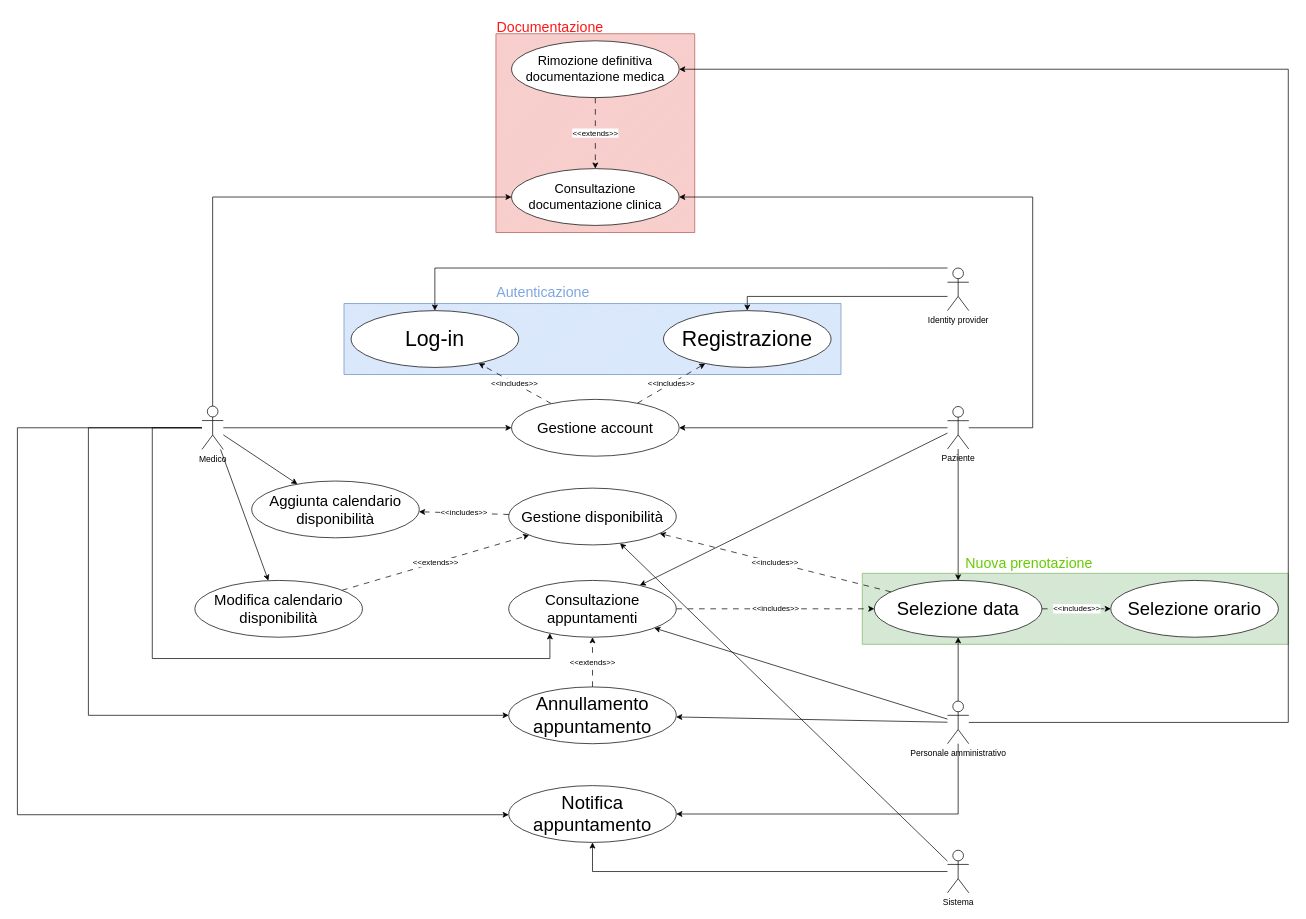
The draw.io diagram page "caseUse" (1 of 6) of DiagrammiMedSync.drawio in frncscrlnd/MedSync-Sistema-di-Gestione-Appuntamenti-e-Documentazione-Medica, before the edit. Source tidied: cells renumbered, new cells numbered last; positions are measured from the earlier drawing's top-left corner, leaving out a move shared by most shapes. Both pictures are drawn from the tidied source at 71%, with x=0, y=0 at pixel (17, 12).
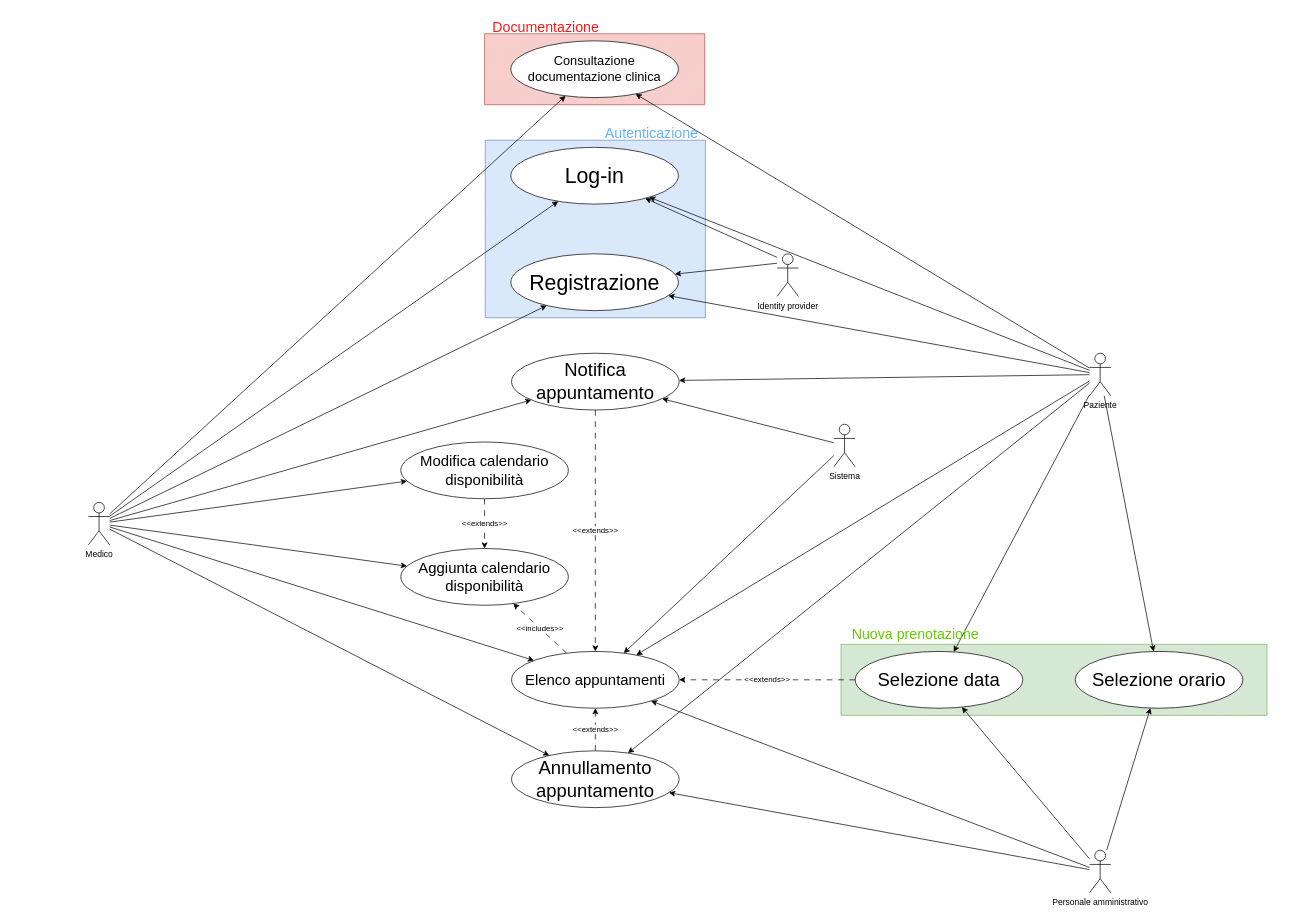
The same diagram, later.

Change to the diagram source:
```diff
@@
-    <mxCell id="2" style="verticalLabelPosition=bottom;verticalAlign=top;html=1;shape=mxgraph.basic.patternFillRect;fillStyle=diag;step=5;fillStrokeWidth=0.2;fillStrokeColor=#dddddd;fillColor=#f8cecc;strokeColor=#b85450;" parent="1" vertex="1">
-      <mxGeometry x="674" y="30" width="280" height="280" as="geometry" />
-    </mxCell>
-    <mxCell id="3" style="verticalLabelPosition=bottom;verticalAlign=top;html=1;shape=mxgraph.basic.patternFillRect;fillStyle=diag;step=5;fillStrokeWidth=0.2;fillStrokeColor=#dddddd;fillColor=#dae8fc;strokeColor=#6c8ebf;" parent="1" vertex="1">
-      <mxGeometry x="460" y="410" width="700" height="100" as="geometry" />
-    </mxCell>
-    <mxCell id="4" style="verticalLabelPosition=bottom;verticalAlign=top;html=1;shape=mxgraph.basic.patternFillRect;fillStyle=diag;step=5;fillStrokeWidth=0.2;fillStrokeColor=#dddddd;fillColor=#d5e8d4;strokeColor=#82b366;" parent="1" vertex="1">
-      <mxGeometry x="1190" y="790" width="600" height="100" as="geometry" />
-    </mxCell>
-    <mxCell id="5" style="rounded=0;jettySize=auto;html=1;" parent="1" edge="1" source="9" target="49">
-      <mxGeometry relative="1" as="geometry" />
-    </mxCell>
+    <mxCell id="55" style="verticalLabelPosition=bottom;verticalAlign=top;html=1;shape=mxgraph.basic.patternFillRect;fillStyle=diag;step=5;fillStrokeWidth=0.2;fillStrokeColor=#dddddd;fillColor=#dae8fc;strokeColor=#6c8ebf;direction=south;" parent="1" vertex="1">
+      <mxGeometry x="659" y="180" width="310" height="250" as="geometry" />
+    </mxCell>
+    <mxCell id="56" style="verticalLabelPosition=bottom;verticalAlign=top;html=1;shape=mxgraph.basic.patternFillRect;fillStyle=diag;step=5;fillStrokeWidth=0.2;fillStrokeColor=#dddddd;fillColor=#f8cecc;strokeColor=#b85450;" parent="1" vertex="1">
+      <mxGeometry x="658" y="30" width="310" height="100" as="geometry" />
+    </mxCell>
+    <mxCell id="57" style="verticalLabelPosition=bottom;verticalAlign=top;html=1;shape=mxgraph.basic.patternFillRect;fillStyle=diag;step=5;fillStrokeWidth=0.2;fillStrokeColor=#dddddd;fillColor=#d5e8d4;strokeColor=#82b366;" parent="1" vertex="1">
+      <mxGeometry x="1160" y="890" width="600" height="100" as="geometry" />
+    </mxCell>
+    <mxCell id="21" value="&lt;font style=&quot;font-size: 30px;&quot;&gt;Registrazione&lt;/font&gt;" style="ellipse;whiteSpace=wrap;html=1;" parent="1" vertex="1">
+      <mxGeometry x="695" y="340" width="236" height="80" as="geometry" />
+    </mxCell>
+    <mxCell id="22" value="&lt;font style=&quot;font-size: 30px;&quot;&gt;Log-in&lt;/font&gt;" style="ellipse;whiteSpace=wrap;html=1;" parent="1" vertex="1">
+      <mxGeometry x="695" y="190" width="236" height="80" as="geometry" />
+    </mxCell>
+    <mxCell id="58" value="&amp;lt;&amp;lt;extends&amp;gt;&amp;gt;" style="rounded=0;jettySize=auto;html=1;dashed=1;dashPattern=8 8;" parent="1" edge="1" source="34" target="63">
+      <mxGeometry relative="1" as="geometry" />
+    </mxCell>
+    <mxCell id="34" value="&lt;font style=&quot;font-size: 26px;&quot;&gt;Selezione data&lt;/font&gt;" style="ellipse;whiteSpace=wrap;html=1;" parent="1" vertex="1">
+      <mxGeometry x="1180" y="900" width="236" height="80" as="geometry" />
+    </mxCell>
+    <mxCell id="35" value="&lt;font style=&quot;font-size: 21px;&quot;&gt;Aggiunta calendario disponibilità&lt;/font&gt;" style="ellipse;whiteSpace=wrap;html=1;" parent="1" vertex="1">
+      <mxGeometry x="540" y="755" width="236" height="80" as="geometry" />
+    </mxCell>
+    <mxCell id="59" value="&amp;lt;&amp;lt;extends&amp;gt;&amp;gt;" style="edgeStyle=orthogonalEdgeStyle;rounded=0;jettySize=auto;html=1;dashed=1;dashPattern=8 8;" parent="1" edge="1" source="37" target="35">
+      <mxGeometry relative="1" as="geometry" />
+    </mxCell>
+    <mxCell id="37" value="&lt;font style=&quot;font-size: 21px;&quot;&gt;Modifica calendario disponibilità&lt;/font&gt;" style="ellipse;whiteSpace=wrap;html=1;" parent="1" vertex="1">
+      <mxGeometry x="540" y="605" width="236" height="80" as="geometry" />
+    </mxCell>
+    <mxCell id="60" value="&amp;lt;&amp;lt;extends&amp;gt;&amp;gt;" style="rounded=0;jettySize=auto;html=1;dashed=1;dashPattern=8 8;" parent="1" edge="1" source="39" target="63">
+      <mxGeometry relative="1" as="geometry" />
+    </mxCell>
+    <mxCell id="39" value="&lt;font style=&quot;font-size: 26px;&quot;&gt;Annullamento appuntamento&lt;/font&gt;" style="ellipse;whiteSpace=wrap;html=1;" parent="1" vertex="1">
+      <mxGeometry x="696" y="1040" width="236" height="80" as="geometry" />
+    </mxCell>
+    <mxCell id="40" value="&lt;font style=&quot;font-size: 18px;&quot;&gt;Consultazione documentazione clinica&lt;/font&gt;" style="ellipse;whiteSpace=wrap;html=1;" parent="1" vertex="1">
+      <mxGeometry x="695" y="40" width="236" height="80" as="geometry" />
+    </mxCell>
+    <mxCell id="61" value="&amp;lt;&amp;lt;extends&amp;gt;&amp;gt;" style="edgeStyle=orthogonalEdgeStyle;rounded=0;jettySize=auto;html=1;dashed=1;dashPattern=8 8;" parent="1" edge="1" source="43" target="63">
+      <mxGeometry relative="1" as="geometry" />
+    </mxCell>
+    <mxCell id="43" value="&lt;font style=&quot;font-size: 26px;&quot;&gt;Notifica appuntamento&lt;/font&gt;" style="ellipse;whiteSpace=wrap;html=1;" parent="1" vertex="1">
+      <mxGeometry x="696" y="480" width="236" height="80" as="geometry" />
+    </mxCell>
+    <mxCell id="62" value="&amp;lt;&amp;lt;includes&amp;gt;&amp;gt;" style="rounded=0;jettySize=auto;html=1;dashed=1;dashPattern=8 8;" parent="1" edge="1" source="63" target="35">
+      <mxGeometry relative="1" as="geometry" />
+    </mxCell>
+    <mxCell id="63" value="&lt;font style=&quot;font-size: 21px;&quot;&gt;Elenco appuntamenti&lt;/font&gt;" style="ellipse;whiteSpace=wrap;html=1;" parent="1" vertex="1">
+      <mxGeometry x="696" y="900" width="236" height="80" as="geometry" />
+    </mxCell>
+    <mxCell id="46" value="&lt;font style=&quot;font-size: 26px;&quot;&gt;Selezione orario&lt;/font&gt;" style="ellipse;whiteSpace=wrap;html=1;" parent="1" vertex="1">
+      <mxGeometry x="1490" y="900" width="236" height="80" as="geometry" />
+    </mxCell>
+    <mxCell id="64" style="rounded=0;jettySize=auto;html=1;" parent="1" edge="1" source="9" target="46">
+      <mxGeometry relative="1" as="geometry" />
+    </mxCell>
@@
+    <mxCell id="65" style="rounded=0;jettySize=auto;html=1;" parent="1" edge="1" source="9" target="43">
+      <mxGeometry relative="1" as="geometry" />
+    </mxCell>
+    <mxCell id="66" style="rounded=0;jettySize=auto;html=1;" parent="1" edge="1" source="9" target="21">
+      <mxGeometry relative="1" as="geometry" />
+    </mxCell>
+    <mxCell id="67" style="rounded=0;jettySize=auto;html=1;" parent="1" edge="1" source="9" target="22">
+      <mxGeometry relative="1" as="geometry" />
+    </mxCell>
-    <mxCell id="7" style="edgeStyle=orthogonalEdgeStyle;rounded=0;jettySize=auto;html=1;" parent="1" edge="1" source="9" target="40">
-      <mxGeometry relative="1" as="geometry">
-        <Array as="points">
-          <mxPoint x="1430" y="585" />
-          <mxPoint x="1430" y="260" />
-        </Array>
-      </mxGeometry>
+    <mxCell id="7" style="rounded=0;jettySize=auto;html=1;" parent="1" edge="1" source="9" target="40">
+      <mxGeometry relative="1" as="geometry" />
     </mxCell>
-    <mxCell id="8" style="rounded=0;jettySize=auto;html=1;" parent="1" edge="1" source="9" target="45">
-      <mxGeometry relative="1" as="geometry" />
-    </mxCell>
+    <mxCell id="68" style="rounded=0;jettySize=auto;html=1;" parent="1" edge="1" source="9" target="63">
+      <mxGeometry relative="1" as="geometry" />
+    </mxCell>
+    <mxCell id="69" style="rounded=0;jettySize=auto;html=1;" parent="1" edge="1" source="9" target="39">
+      <mxGeometry relative="1" as="geometry" />
+    </mxCell>
     <mxCell id="9" value="Paziente" style="shape=umlActor;verticalLabelPosition=bottom;verticalAlign=top;html=1;outlineConnect=0;" parent="1" vertex="1">
-      <mxGeometry x="1310" y="555" width="30" height="60" as="geometry" />
+      <mxGeometry x="1510" y="480" width="30" height="60" as="geometry" />
     </mxCell>
-    <mxCell id="10" style="rounded=0;jettySize=auto;html=1;" parent="1" edge="1" source="17" target="49">
-      <mxGeometry relative="1" as="geometry" />
-    </mxCell>
+    <mxCell id="70" style="rounded=0;jettySize=auto;html=1;" parent="1" edge="1" source="17" target="63">
+      <mxGeometry relative="1" as="geometry" />
+    </mxCell>
@@
-    <mxCell id="13" style="edgeStyle=orthogonalEdgeStyle;rounded=0;jettySize=auto;html=1;" parent="1" edge="1" source="17" target="45">
-      <mxGeometry relative="1" as="geometry">
-        <Array as="points">
-          <mxPoint x="190" y="585" />
-          <mxPoint x="190" y="910" />
-          <mxPoint x="750" y="910" />
-        </Array>
-      </mxGeometry>
-    </mxCell>
+    <mxCell id="71" style="rounded=0;jettySize=auto;html=1;" parent="1" edge="1" source="17" target="21">
+      <mxGeometry relative="1" as="geometry" />
+    </mxCell>
+    <mxCell id="72" style="rounded=0;jettySize=auto;html=1;" parent="1" edge="1" source="17" target="22">
+      <mxGeometry relative="1" as="geometry" />
+    </mxCell>
+    <mxCell id="16" style="rounded=0;jettySize=auto;html=1;" parent="1" edge="1" source="17" target="40">
+      <mxGeometry relative="1" as="geometry" />
+    </mxCell>
-    <mxCell id="14" style="edgeStyle=orthogonalEdgeStyle;rounded=0;jettySize=auto;html=1;" parent="1" edge="1" source="17" target="39">
-      <mxGeometry relative="1" as="geometry">
-        <Array as="points">
-          <mxPoint x="100" y="585" />
-          <mxPoint x="100" y="990" />
-        </Array>
-      </mxGeometry>
+    <mxCell id="14" style="rounded=0;jettySize=auto;html=1;" parent="1" edge="1" source="17" target="39">
+      <mxGeometry relative="1" as="geometry" />
     </mxCell>
-    <mxCell id="15" style="edgeStyle=orthogonalEdgeStyle;rounded=0;jettySize=auto;html=1;" parent="1" edge="1" source="17" target="43">
-      <mxGeometry relative="1" as="geometry">
-        <Array as="points">
-          <mxPoint y="585" />
-          <mxPoint y="1130" />
-        </Array>
-      </mxGeometry>
+    <mxCell id="15" style="rounded=0;jettySize=auto;html=1;" parent="1" edge="1" source="17" target="43">
+      <mxGeometry relative="1" as="geometry" />
     </mxCell>
-    <mxCell id="16" style="edgeStyle=orthogonalEdgeStyle;rounded=0;jettySize=auto;html=1;" parent="1" edge="1" source="17" target="40">
-      <mxGeometry relative="1" as="geometry">
-        <Array as="points">
-          <mxPoint x="275" y="260" />
-        </Array>
-      </mxGeometry>
-    </mxCell>
     <mxCell id="17" value="Medico" style="shape=umlActor;verticalLabelPosition=bottom;verticalAlign=top;html=1;outlineConnect=0;" parent="1" vertex="1">
-      <mxGeometry x="260" y="554.5" width="30" height="61" as="geometry" />
+      <mxGeometry x="100" y="690" width="30" height="60" as="geometry" />
     </mxCell>
-    <mxCell id="18" style="edgeStyle=orthogonalEdgeStyle;rounded=0;jettySize=auto;html=1;" parent="1" edge="1" source="20" target="21">
-      <mxGeometry relative="1" as="geometry">
-        <Array as="points">
-          <mxPoint x="1028" y="400" />
-        </Array>
-      </mxGeometry>
-    </mxCell>
-    <mxCell id="19" style="edgeStyle=orthogonalEdgeStyle;rounded=0;jettySize=auto;html=1;" parent="1" edge="1" source="20" target="22">
-      <mxGeometry relative="1" as="geometry">
-        <Array as="points">
-          <mxPoint x="1225" y="360" />
-          <mxPoint x="588" y="360" />
-        </Array>
-      </mxGeometry>
-    </mxCell>
+    <mxCell id="26" style="rounded=0;jettySize=auto;html=1;" parent="1" edge="1" source="31" target="39">
+      <mxGeometry relative="1" as="geometry" />
+    </mxCell>
+    <mxCell id="73" style="rounded=0;jettySize=auto;html=1;" parent="1" edge="1" source="31" target="63">
+      <mxGeometry relative="1" as="geometry" />
+    </mxCell>
+    <mxCell id="31" value="Personale amministrativo" style="shape=umlActor;verticalLabelPosition=bottom;verticalAlign=top;html=1;outlineConnect=0;" parent="1" vertex="1">
+      <mxGeometry x="1510" y="1180" width="30" height="60" as="geometry" />
+    </mxCell>
+    <mxCell id="74" style="rounded=0;jettySize=auto;html=1;" parent="1" edge="1" target="22">
+      <mxGeometry relative="1" as="geometry">
+        <mxPoint x="1070" y="345" as="sourcePoint" />
+      </mxGeometry>
+    </mxCell>
+    <mxCell id="75" style="rounded=0;jettySize=auto;html=1;" parent="1" edge="1" target="21">
+      <mxGeometry relative="1" as="geometry">
+        <mxPoint x="1070" y="353.3" as="sourcePoint" />
+      </mxGeometry>
+    </mxCell>
     <mxCell id="20" value="Identity provider" style="shape=umlActor;verticalLabelPosition=bottom;verticalAlign=top;html=1;outlineConnect=0;" parent="1" vertex="1">
-      <mxGeometry x="1310" y="360" width="30" height="60" as="geometry" />
+      <mxGeometry x="1070" y="340" width="30" height="60" as="geometry" />
     </mxCell>
-    <mxCell id="21" value="&lt;font style=&quot;font-size: 30px;&quot;&gt;Registrazione&lt;/font&gt;" style="ellipse;whiteSpace=wrap;html=1;" parent="1" vertex="1">
-      <mxGeometry x="910" y="420" width="236" height="80" as="geometry" />
-    </mxCell>
-    <mxCell id="22" value="&lt;font style=&quot;font-size: 30px;&quot;&gt;Log-in&lt;/font&gt;" style="ellipse;whiteSpace=wrap;html=1;" parent="1" vertex="1">
-      <mxGeometry x="470" y="420" width="236" height="80" as="geometry" />
-    </mxCell>
+    <mxCell id="52" value="&lt;font style=&quot;color: rgb(102, 204, 0); font-size: 20px;&quot;&gt;Nuova prenotazione&lt;/font&gt;" style="text;html=1;align=center;verticalAlign=middle;whiteSpace=wrap;rounded=0;" parent="1" vertex="1">
+      <mxGeometry x="1160" y="860" width="210" height="30" as="geometry" />
+    </mxCell>
-    <mxCell id="23" style="edgeStyle=orthogonalEdgeStyle;rounded=0;jettySize=auto;html=1;" parent="1" edge="1" source="25" target="43">
+    <mxCell id="23" style="rounded=0;jettySize=auto;html=1;" parent="1" edge="1" source="25" target="43">
       <mxGeometry relative="1" as="geometry" />
     </mxCell>
-    <mxCell id="24" style="rounded=0;jettySize=auto;html=1;" parent="1" edge="1" source="25" target="51">
-      <mxGeometry relative="1" as="geometry" />
-    </mxCell>
+    <mxCell id="76" style="rounded=0;jettySize=auto;html=1;" parent="1" edge="1" source="25" target="63">
+      <mxGeometry relative="1" as="geometry" />
+    </mxCell>
     <mxCell id="25" value="Sistema" style="shape=umlActor;verticalLabelPosition=bottom;verticalAlign=top;html=1;outlineConnect=0;" parent="1" vertex="1">
-      <mxGeometry x="1310" y="1180" width="30" height="60" as="geometry" />
+      <mxGeometry x="1150" y="580" width="30" height="60" as="geometry" />
     </mxCell>
-    <mxCell id="26" style="rounded=0;jettySize=auto;html=1;" parent="1" edge="1" source="31" target="39">
-      <mxGeometry relative="1" as="geometry" />
-    </mxCell>
+    <mxCell id="54" value="&lt;font style=&quot;font-size: 20px; color: rgb(255, 24, 24);&quot;&gt;Documentazione&lt;/font&gt;" style="text;html=1;align=center;verticalAlign=middle;strokeColor=none;fillColor=none;" parent="1" vertex="1">
+      <mxGeometry x="659" width="170" height="40" as="geometry" />
+    </mxCell>
+    <mxCell id="53" value="&lt;font style=&quot;font-size: 20px; color: rgb(102, 178, 255);&quot;&gt;Autenticazione&lt;/font&gt;" style="text;html=1;align=center;verticalAlign=middle;strokeColor=none;fillColor=none;" parent="1" vertex="1">
+      <mxGeometry x="818" y="150" width="150" height="40" as="geometry" />
+    </mxCell>
@@
-    <mxCell id="28" style="rounded=0;jettySize=auto;html=1;" parent="1" edge="1" source="31" target="45">
-      <mxGeometry relative="1" as="geometry" />
-    </mxCell>
-    <mxCell id="29" style="edgeStyle=orthogonalEdgeStyle;rounded=0;jettySize=auto;html=1;" parent="1" edge="1" source="31" target="43">
-      <mxGeometry relative="1" as="geometry">
-        <Array as="points">
-          <mxPoint x="1325" y="1129" />
-        </Array>
-      </mxGeometry>
-    </mxCell>
-    <mxCell id="30" style="edgeStyle=orthogonalEdgeStyle;rounded=0;jettySize=auto;html=1;" parent="1" edge="1" source="31" target="42">
-      <mxGeometry relative="1" as="geometry">
-        <Array as="points">
-          <mxPoint x="1790" y="1000" />
-          <mxPoint x="1790" y="80" />
-        </Array>
-      </mxGeometry>
-    </mxCell>
-    <mxCell id="31" value="Personale amministrativo" style="shape=umlActor;verticalLabelPosition=bottom;verticalAlign=top;html=1;outlineConnect=0;" parent="1" vertex="1">
-      <mxGeometry x="1310" y="970" width="30" height="60" as="geometry" />
-    </mxCell>
-    <mxCell id="32" value="&amp;lt;&amp;lt;includes&amp;gt;&amp;gt;" style="rounded=0;jettySize=auto;html=1;dashed=1;dashPattern=8 8;" parent="1" edge="1" source="34" target="46">
-      <mxGeometry relative="1" as="geometry" />
-    </mxCell>
-    <mxCell id="33" value="&amp;lt;&amp;lt;includes&amp;gt;&amp;gt;" style="rounded=0;jettySize=auto;html=1;dashed=1;dashPattern=8 8;" parent="1" edge="1" source="34" target="51">
-      <mxGeometry relative="1" as="geometry" />
-    </mxCell>
-    <mxCell id="34" value="&lt;font style=&quot;font-size: 26px;&quot;&gt;Selezione data&lt;/font&gt;" style="ellipse;whiteSpace=wrap;html=1;" parent="1" vertex="1">
-      <mxGeometry x="1207" y="800" width="236" height="80" as="geometry" />
-    </mxCell>
-    <mxCell id="35" value="&lt;font style=&quot;font-size: 21px;&quot;&gt;Aggiunta calendario disponibilità&lt;/font&gt;" style="ellipse;whiteSpace=wrap;html=1;" parent="1" vertex="1">
-      <mxGeometry x="330" y="660" width="236" height="80" as="geometry" />
-    </mxCell>
-    <mxCell id="36" value="&amp;lt;&amp;lt;extends&amp;gt;&amp;gt;" style="rounded=0;jettySize=auto;html=1;dashed=1;dashPattern=8 8;" parent="1" edge="1" source="37" target="51">
-      <mxGeometry relative="1" as="geometry" />
-    </mxCell>
-    <mxCell id="37" value="&lt;font style=&quot;font-size: 21px;&quot;&gt;Modifica calendario disponibilità&lt;/font&gt;" style="ellipse;whiteSpace=wrap;html=1;" parent="1" vertex="1">
-      <mxGeometry x="250" y="800" width="236" height="80" as="geometry" />
-    </mxCell>
-    <mxCell id="38" value="&amp;lt;&amp;lt;extends&amp;gt;&amp;gt;" style="rounded=0;jettySize=auto;html=1;dashed=1;dashPattern=8 8;" parent="1" edge="1" source="39" target="45">
-      <mxGeometry relative="1" as="geometry" />
-    </mxCell>
-    <mxCell id="39" value="&lt;font style=&quot;font-size: 26px;&quot;&gt;Annullamento appuntamento&lt;/font&gt;" style="ellipse;whiteSpace=wrap;html=1;" parent="1" vertex="1">
-      <mxGeometry x="692" y="950" width="236" height="80" as="geometry" />
-    </mxCell>
-    <mxCell id="40" value="&lt;font style=&quot;font-size: 18px;&quot;&gt;Consultazione documentazione clinica&lt;/font&gt;" style="ellipse;whiteSpace=wrap;html=1;" parent="1" vertex="1">
-      <mxGeometry x="696" y="220" width="236" height="80" as="geometry" />
-    </mxCell>
-    <mxCell id="41" value="&amp;lt;&amp;lt;extends&amp;gt;&amp;gt;" style="rounded=0;jettySize=auto;html=1;dashed=1;dashPattern=8 8;" parent="1" edge="1" source="42" target="40">
-      <mxGeometry relative="1" as="geometry" />
-    </mxCell>
-    <mxCell id="42" value="&lt;span style=&quot;font-size: 18px;&quot;&gt;Rimozione definitiva documentazione medica&lt;/span&gt;" style="ellipse;whiteSpace=wrap;html=1;" parent="1" vertex="1">
-      <mxGeometry x="696" y="40" width="236" height="80" as="geometry" />
-    </mxCell>
-    <mxCell id="43" value="&lt;font style=&quot;font-size: 26px;&quot;&gt;Notifica appuntamento&lt;/font&gt;" style="ellipse;whiteSpace=wrap;html=1;" parent="1" vertex="1">
-      <mxGeometry x="692" y="1089" width="236" height="80" as="geometry" />
-    </mxCell>
-    <mxCell id="44" value="&amp;lt;&amp;lt;includes&amp;gt;&amp;gt;" style="rounded=0;jettySize=auto;html=1;dashed=1;dashPattern=8 8;" parent="1" edge="1" source="45" target="34">
-      <mxGeometry relative="1" as="geometry" />
-    </mxCell>
-    <mxCell id="45" value="&lt;font style=&quot;font-size: 21px;&quot;&gt;Consultazione appuntamenti&lt;/font&gt;" style="ellipse;whiteSpace=wrap;html=1;" parent="1" vertex="1">
-      <mxGeometry x="692" y="800" width="236" height="80" as="geometry" />
-    </mxCell>
-    <mxCell id="46" value="&lt;font style=&quot;font-size: 26px;&quot;&gt;Selezione orario&lt;/font&gt;" style="ellipse;whiteSpace=wrap;html=1;" parent="1" vertex="1">
-      <mxGeometry x="1540" y="800" width="236" height="80" as="geometry" />
-    </mxCell>
-    <mxCell id="47" value="&amp;lt;&amp;lt;includes&amp;gt;&amp;gt;" style="rounded=0;jettySize=auto;html=1;dashed=1;dashPattern=8 8;" parent="1" edge="1" source="49" target="22">
-      <mxGeometry relative="1" as="geometry" />
-    </mxCell>
-    <mxCell id="48" value="&amp;lt;&amp;lt;includes&amp;gt;&amp;gt;" style="rounded=0;jettySize=auto;html=1;dashed=1;dashPattern=8 8;" parent="1" edge="1" source="49" target="21">
-      <mxGeometry relative="1" as="geometry" />
-    </mxCell>
-    <mxCell id="49" value="&lt;font style=&quot;font-size: 21px;&quot;&gt;Gestione account&lt;/font&gt;" style="ellipse;whiteSpace=wrap;html=1;" parent="1" vertex="1">
-      <mxGeometry x="696" y="545" width="236" height="80" as="geometry" />
-    </mxCell>
-    <mxCell id="50" value="&amp;lt;&amp;lt;includes&amp;gt;&amp;gt;" style="rounded=0;jettySize=auto;html=1;dashed=1;dashPattern=8 8;" parent="1" edge="1" source="51" target="35">
-      <mxGeometry relative="1" as="geometry" />
-    </mxCell>
-    <mxCell id="51" value="&lt;font style=&quot;font-size: 21px;&quot;&gt;Gestione disponibilità&lt;/font&gt;" style="ellipse;whiteSpace=wrap;html=1;" parent="1" vertex="1">
-      <mxGeometry x="692" y="670" width="236" height="80" as="geometry" />
-    </mxCell>
-    <mxCell id="52" value="&lt;font style=&quot;color: rgb(102, 204, 0); font-size: 20px;&quot;&gt;Nuova prenotazione&lt;/font&gt;" style="text;html=1;align=center;verticalAlign=middle;whiteSpace=wrap;rounded=0;" parent="1" vertex="1">
-      <mxGeometry x="1320" y="760" width="210" height="30" as="geometry" />
-    </mxCell>
-    <mxCell id="53" value="&lt;font style=&quot;font-size: 20px; color: rgb(126, 166, 224);&quot;&gt;Autenticazione&lt;/font&gt;" style="text;html=1;align=center;verticalAlign=middle;strokeColor=none;fillColor=none;" parent="1" vertex="1">
-      <mxGeometry x="665" y="373" width="150" height="40" as="geometry" />
-    </mxCell>
-    <mxCell id="54" value="&lt;font style=&quot;font-size: 20px; color: rgb(255, 24, 24);&quot;&gt;Documentazione&lt;/font&gt;" style="text;html=1;align=center;verticalAlign=middle;strokeColor=none;fillColor=none;" parent="1" vertex="1">
-      <mxGeometry x="665" width="170" height="40" as="geometry" />
-    </mxCell>
+    <mxCell id="77" style="rounded=0;jettySize=auto;html=1;" parent="1" edge="1" source="31" target="46">
+      <mxGeometry relative="1" as="geometry" />
+    </mxCell>
```
